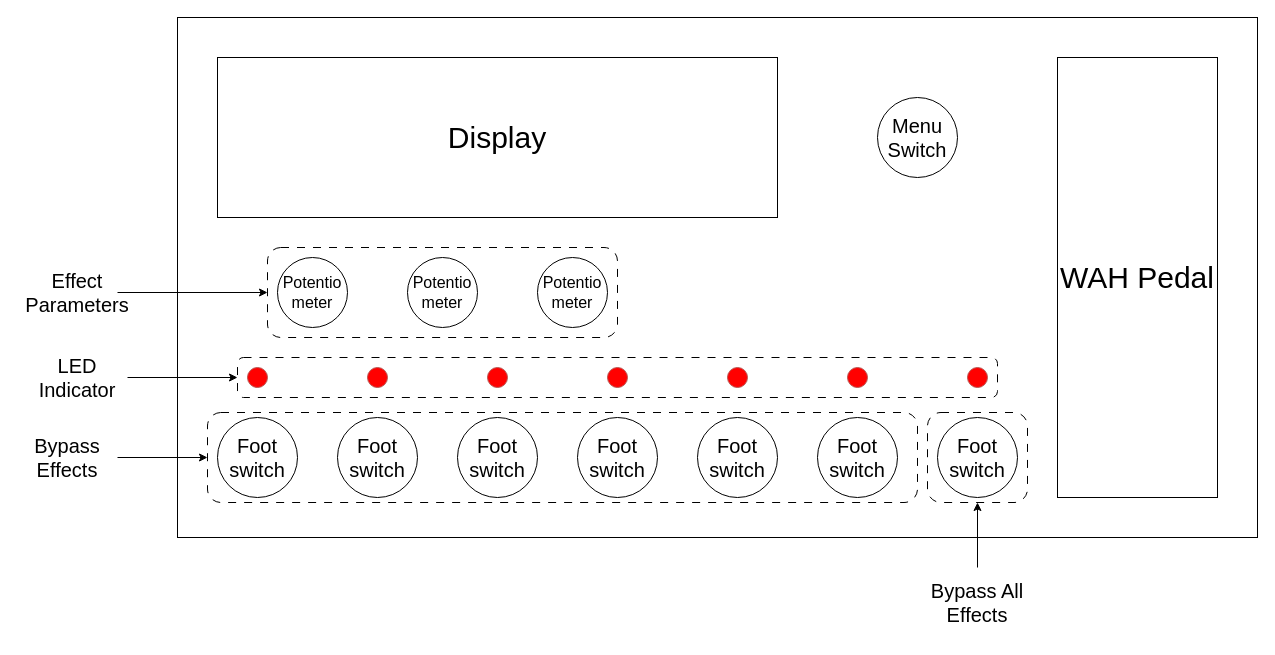
The draw.io diagram gitfigures/system_design/analog_frontend/pedalboard.drawio in Niclasapdk/esd6_project, before the edit. Source tidied: cells renumbered, new cells numbered last; positions are measured from the earlier drawing's top-left corner, leaving out a move shared by most shapes. Both pictures are drawn from the tidied source at 100%, with x=0, y=0 at pixel (17, 17).
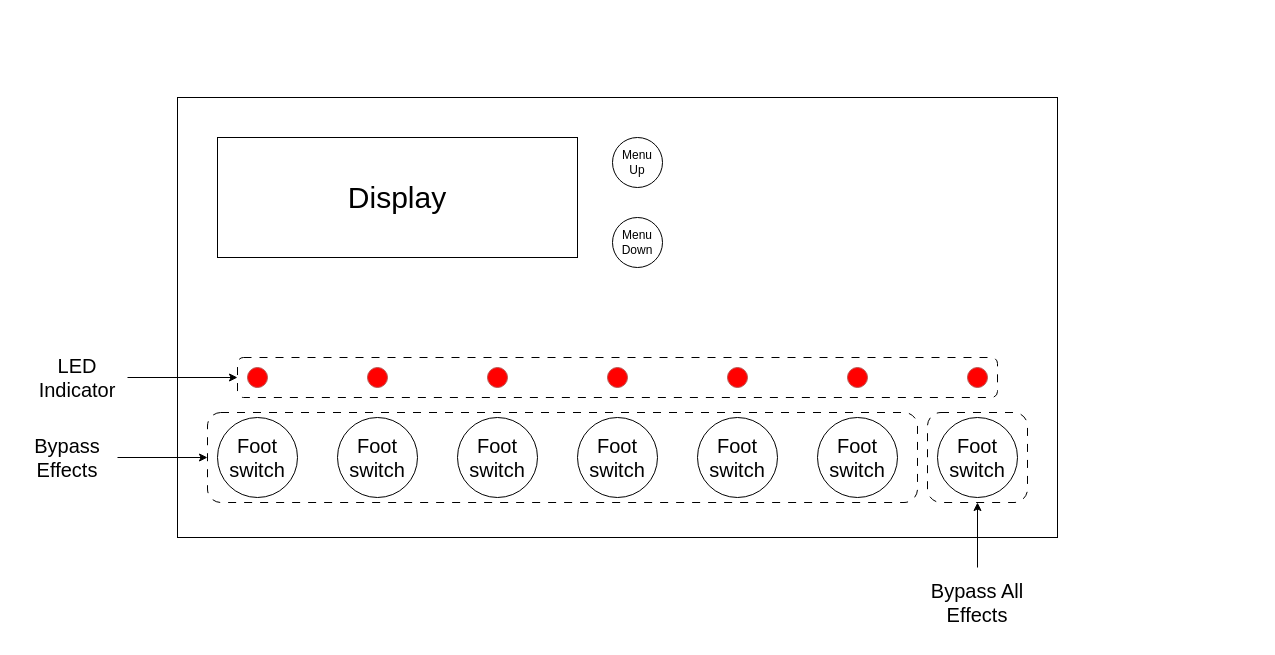
Above is the later version.

Change to the diagram source:
```diff
@@
     <mxCell id="2" style="rounded=0;whiteSpace=wrap;html=1;fillColor=none;" parent="1" vertex="1">
-      <mxGeometry x="160" width="1080" height="520" as="geometry" />
+      <mxGeometry x="160" y="80" width="880" height="440" as="geometry" />
     </mxCell>
-    <mxCell id="3" value="&lt;font style=&quot;font-size: 30px;&quot;&gt;WAH Pedal&lt;/font&gt;" style="rounded=0;whiteSpace=wrap;html=1;fillColor=none;" parent="1" vertex="1">
-      <mxGeometry x="1040" y="40" width="160" height="440" as="geometry" />
-    </mxCell>
@@
-    <mxCell id="18" value="&lt;font style=&quot;font-size: 16px;&quot;&gt;Potentio meter&lt;/font&gt;" style="ellipse;whiteSpace=wrap;html=1;fillColor=none;" parent="1" vertex="1">
-      <mxGeometry x="260" y="240" width="70" height="70" as="geometry" />
-    </mxCell>
     <mxCell id="19" value="&lt;font style=&quot;font-size: 30px;&quot;&gt;Display&lt;/font&gt;" style="rounded=0;whiteSpace=wrap;html=1;fillColor=none;" parent="1" vertex="1">
-      <mxGeometry x="200" y="40" width="560" height="160" as="geometry" />
+      <mxGeometry x="200" y="120" width="360" height="120" as="geometry" />
     </mxCell>
-    <mxCell id="20" value="&lt;font style=&quot;font-size: 16px;&quot;&gt;Potentio meter&lt;/font&gt;" style="ellipse;whiteSpace=wrap;html=1;fillColor=none;" parent="1" vertex="1">
-      <mxGeometry x="390" y="240" width="70" height="70" as="geometry" />
-    </mxCell>
-    <mxCell id="21" value="&lt;font style=&quot;font-size: 16px;&quot;&gt;Potentio meter&lt;/font&gt;" style="ellipse;whiteSpace=wrap;html=1;fillColor=none;" parent="1" vertex="1">
-      <mxGeometry x="520" y="240" width="70" height="70" as="geometry" />
-    </mxCell>
-    <mxCell id="22" value="&lt;font style=&quot;font-size: 20px;&quot;&gt;Menu Switch&lt;/font&gt;" style="ellipse;whiteSpace=wrap;html=1;fillColor=none;" parent="1" vertex="1">
-      <mxGeometry x="860" y="80" width="80" height="80" as="geometry" />
+    <mxCell id="22" value="Menu Up" style="ellipse;whiteSpace=wrap;html=1;fillColor=none;" parent="1" vertex="1">
+      <mxGeometry x="595" y="120" width="50" height="50" as="geometry" />
     </mxCell>
-    <mxCell id="23" style="rounded=1;whiteSpace=wrap;html=1;fillColor=none;dashed=1;dashPattern=8 8;" parent="1" vertex="1">
-      <mxGeometry x="250" y="230" width="350" height="90" as="geometry" />
-    </mxCell>
-    <mxCell id="24" value="&lt;font style=&quot;font-size: 20px;&quot;&gt;Effect Parameters&lt;/font&gt;" style="text;html=1;align=center;verticalAlign=middle;whiteSpace=wrap;rounded=0;" parent="1" vertex="1">
-      <mxGeometry x="20" y="247.5" width="80" height="55" as="geometry" />
-    </mxCell>
@@
-    <mxCell id="26" style="endArrow=classic;html=1;rounded=0;entryX=0;entryY=0.5;entryDx=0;entryDy=0;exitX=1;exitY=0.5;exitDx=0;exitDy=0;" parent="1" edge="1" source="24" target="23">
-      <mxGeometry relative="1" as="geometry" />
-    </mxCell>
@@
+    <mxCell id="35" value="Menu Down" style="ellipse;whiteSpace=wrap;html=1;fillColor=none;" parent="1" vertex="1">
+      <mxGeometry x="595" y="200" width="50" height="50" as="geometry" />
+    </mxCell>
```
